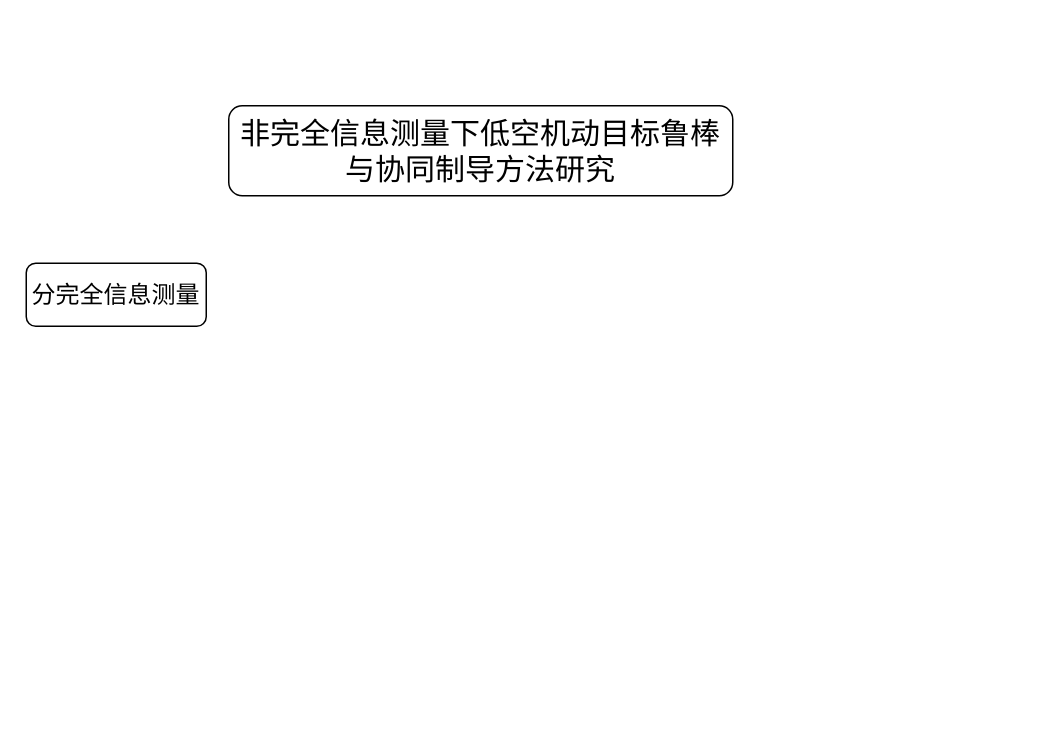
The draw.io diagram 大论文框架.drawio in master-fency/plot, before the edit. Source tidied: cells renumbered, new cells numbered last; positions are measured from the earlier drawing's top-left corner, leaving out a move shared by most shapes. Both pictures are drawn from the tidied source at 150%, with x=0, y=0 at pixel (26, 105).
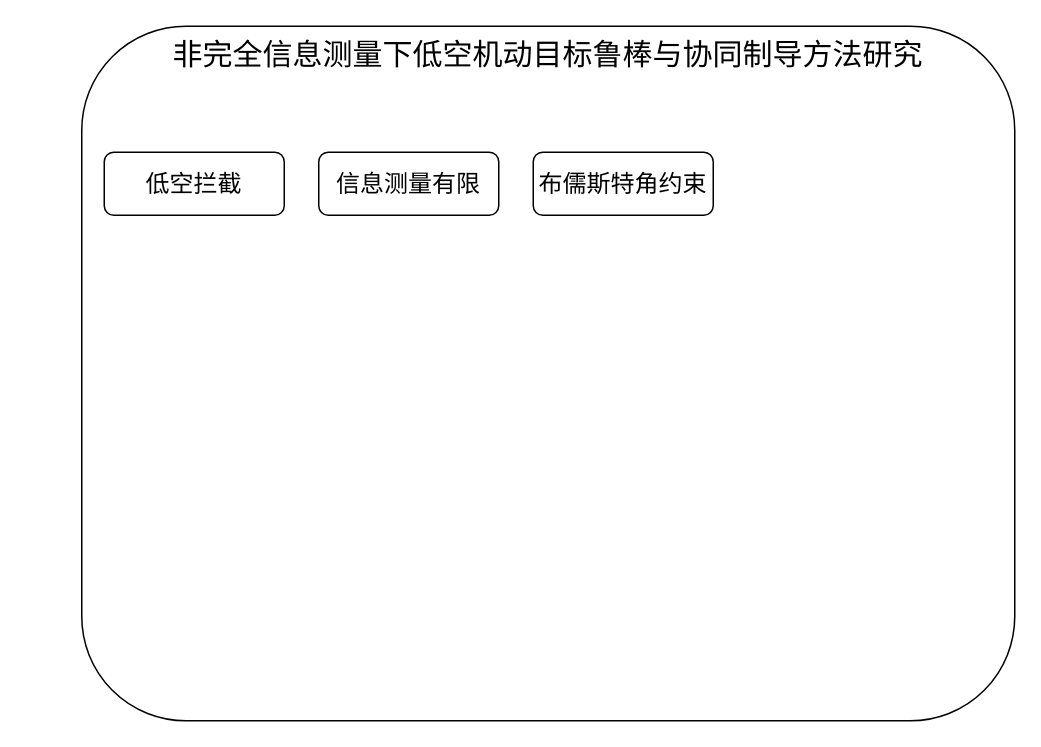
The same page after the edit.

Commit message (it also covers changes not shown here):
更新大论文框架.drawio

The edit, as a diff of the source:
```diff
@@
 <mxGraphModel>
   <root>
     <mxCell id="0" />
     <mxCell id="1" parent="0" />
-    <mxCell id="2" value="&lt;font style=&quot;font-size: 20px;&quot;&gt;非完全信息测量下低空机动目标鲁棒与协同制导方法研究&lt;/font&gt;" style="rounded=1;whiteSpace=wrap;html=1;roundedPerimeter=1;fontFamily=Times New Roman;" parent="1" vertex="1">
-      <mxGeometry x="135" width="336" height="60" as="geometry" />
+    <mxCell id="2" value="&lt;span style=&quot;font-family: &amp;quot;Times New Roman&amp;quot;; font-size: 20px;&quot;&gt;非完全信息测量下低空机动目标鲁棒与协同制导方法研究&lt;/span&gt;" style="rounded=1;whiteSpace=wrap;html=1;roundedPerimeter=1;verticalAlign=top;" parent="1" vertex="1">
+      <mxGeometry x="37" y="-53" width="622" height="463" as="geometry" />
     </mxCell>
-    <mxCell id="3" value="&lt;font style=&quot;font-size: 16px;&quot;&gt;分完全信息测量&lt;/font&gt;" style="rounded=1;whiteSpace=wrap;html=1;roundedPerimeter=1;" parent="1" vertex="1">
-      <mxGeometry y="105" width="120" height="42" as="geometry" />
+    <mxCell id="3" value="&lt;font style=&quot;font-size: 16px;&quot;&gt;低空拦截&lt;/font&gt;" style="rounded=1;whiteSpace=wrap;html=1;roundedPerimeter=1;fontFamily=Times New Roman;" parent="1" vertex="1">
+      <mxGeometry x="52" y="31" width="120" height="42" as="geometry" />
     </mxCell>
+    <mxCell id="4" value="&lt;font style=&quot;font-size: 16px;&quot;&gt;信息测量有限&lt;/font&gt;" style="rounded=1;whiteSpace=wrap;html=1;roundedPerimeter=1;fontFamily=Times New Roman;" parent="1" vertex="1">
+      <mxGeometry x="195" y="31" width="120" height="42" as="geometry" />
+    </mxCell>
+    <mxCell id="5" value="&lt;div&gt;&lt;font style=&quot;font-size: 16px;&quot;&gt;布儒斯特角约束&lt;/font&gt;&lt;/div&gt;" style="rounded=1;whiteSpace=wrap;html=1;roundedPerimeter=1;fontFamily=Times New Roman;" parent="1" vertex="1">
+      <mxGeometry x="338" y="31" width="120" height="42" as="geometry" />
+    </mxCell>
   </root>
 </mxGraphModel>
```
